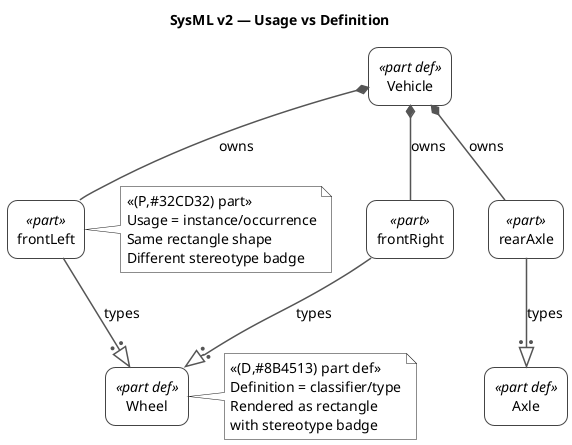
Earlier version of the PlantUML export plantuml-examples/01-usage-vs-definition.png (mycr0ft/sysmlpy).
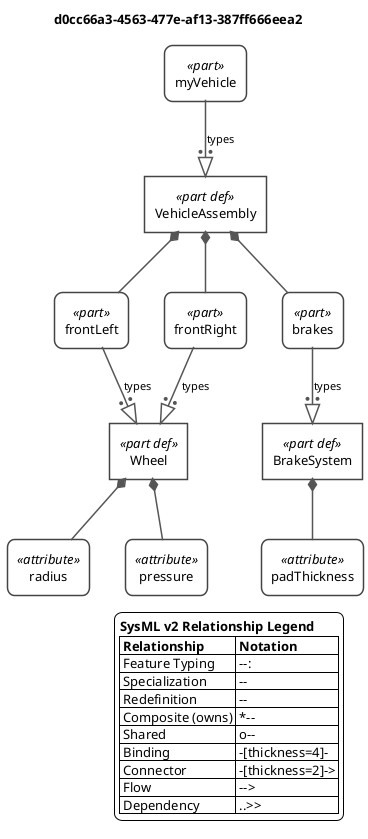
The same file after the commit.

What changed in the source:
```diff
@@ -4,53 +4,114 @@
 root {
     BackGroundColor white
     FontName Helvetica
-    FontSize 14
+    FontSize 13
 }
 rectangle {
-    RoundCorner 20
     LineColor #444444
-    LineThickness 1
+    LineThickness 1.5
     BackgroundColor white
+    Padding 10
 }
 arrow {
     LineColor #555555
     LineThickness 1.5
+    FontSize 11
 }
 </style>
 
-skinparam wrapWidth 300
+skinparam wrapWidth 400
+
+skinparam rectangle<<part def>> {
+    RoundCorner 0
+}
+skinparam rectangle<<item def>> {
+    RoundCorner 0
+}
+skinparam rectangle<<attribute def>> {
+    RoundCorner 0
+}
+skinparam rectangle<<port def>> {
+    RoundCorner 0
+}
+skinparam rectangle<<action def>> {
+    RoundCorner 0
+}
+skinparam rectangle<<state def>> {
+    RoundCorner 0
+}
+skinparam rectangle<<requirement def>> {
+    RoundCorner 0
+}
+skinparam rectangle<<part>> {
+    RoundCorner 15
+}
+skinparam rectangle<<item>> {
+    RoundCorner 15
+}
+skinparam rectangle<<attribute>> {
+    RoundCorner 15
+}
+skinparam rectangle<<port>> {
+    RoundCorner 15
+}
+skinparam rectangle<<action>> {
+    RoundCorner 15
+}
+skinparam rectangle<<state>> {
+    RoundCorner 15
+}
+skinparam rectangle<<requirement>> {
+    RoundCorner 15
+}
+skinparam folder<<view def>> {
+    BackgroundColor #F5E6FF
+    BorderColor #8E44AD
+}
+skinparam folder<<view>> {
+    BackgroundColor #F5E6FF
+    BorderColor #8E44AD
+}
+
+top to bottom direction
+
+title d0cc66a3-4563-477e-af13-387ff666eea2
+
 hide circle
 
-title SysML v2 — Usage vs Definition
+rectangle "Wheel" as E1 <<(P,#32CD32) part def>>
+rectangle "radius" as E2 <<(A,#32CD32) attribute>>
+rectangle "pressure" as E3 <<(A,#32CD32) attribute>>
+rectangle "BrakeSystem" as E4 <<(P,#32CD32) part def>>
+rectangle "padThickness" as E5 <<(A,#32CD32) attribute>>
+rectangle "VehicleAssembly" as E6 <<(P,#32CD32) part def>>
+rectangle "frontLeft" as E7 <<(P,#32CD32) part>>
+rectangle "frontRight" as E8 <<(P,#32CD32) part>>
+rectangle "brakes" as E9 <<(P,#32CD32) part>>
+rectangle "myVehicle" as E10 <<(P,#32CD32) part>>
 
-rectangle "Wheel" as WheelDef <<(D,#8B4513) part def>>
-rectangle "Axle" as AxleDef <<(D,#8B4513) part def>>
-rectangle "Vehicle" as VehicleDef <<(D,#8B4513) part def>>
+E1 *-- E2
+E1 *-- E3
+E4 *-- E5
+E6 *-- E7
+E7 --:|> E1 : types
+E6 *-- E8
+E8 --:|> E1 : types
+E6 *-- E9
+E9 --:|> E4 : types
+E10 --:|> E6 : types
 
-rectangle "frontLeft" as FL <<(P,#32CD32) part>>
-rectangle "frontRight" as FR <<(P,#32CD32) part>>
-rectangle "rearAxle" as RA <<(P,#32CD32) part>>
-
-FL --:|> WheelDef : types
-FR --:|> WheelDef : types
-RA --:|> AxleDef : types
-
-VehicleDef *-- FL : owns
-VehicleDef *-- FR : owns
-VehicleDef *-- RA : owns
-
-note right of WheelDef
-  <<(D,#8B4513) part def>>
-  Definition = classifier/type
-  Rendered as rectangle
-  with stereotype badge
-end note
-
-note right of FL
-  <<(P,#32CD32) part>>
-  Usage = instance/occurrence
-  Same rectangle shape
-  Different stereotype badge
-end note
+legend right
+  <b>SysML v2 Relationship Legend</b>
+  |= Relationship |= Notation |
+  | Feature Typing | --:|> |
+  | Specialization | --|> |
+  | Redefinition | --||> |
+  | Composite (owns) | *-- |
+  | Shared | o-- |
+  | Binding | -[thickness=4]- |
+  | Connector | -[thickness=2]-> |
+  | Flow | --> |
+  | Dependency | ..>> |
+endlegend
 
 @enduml
```
